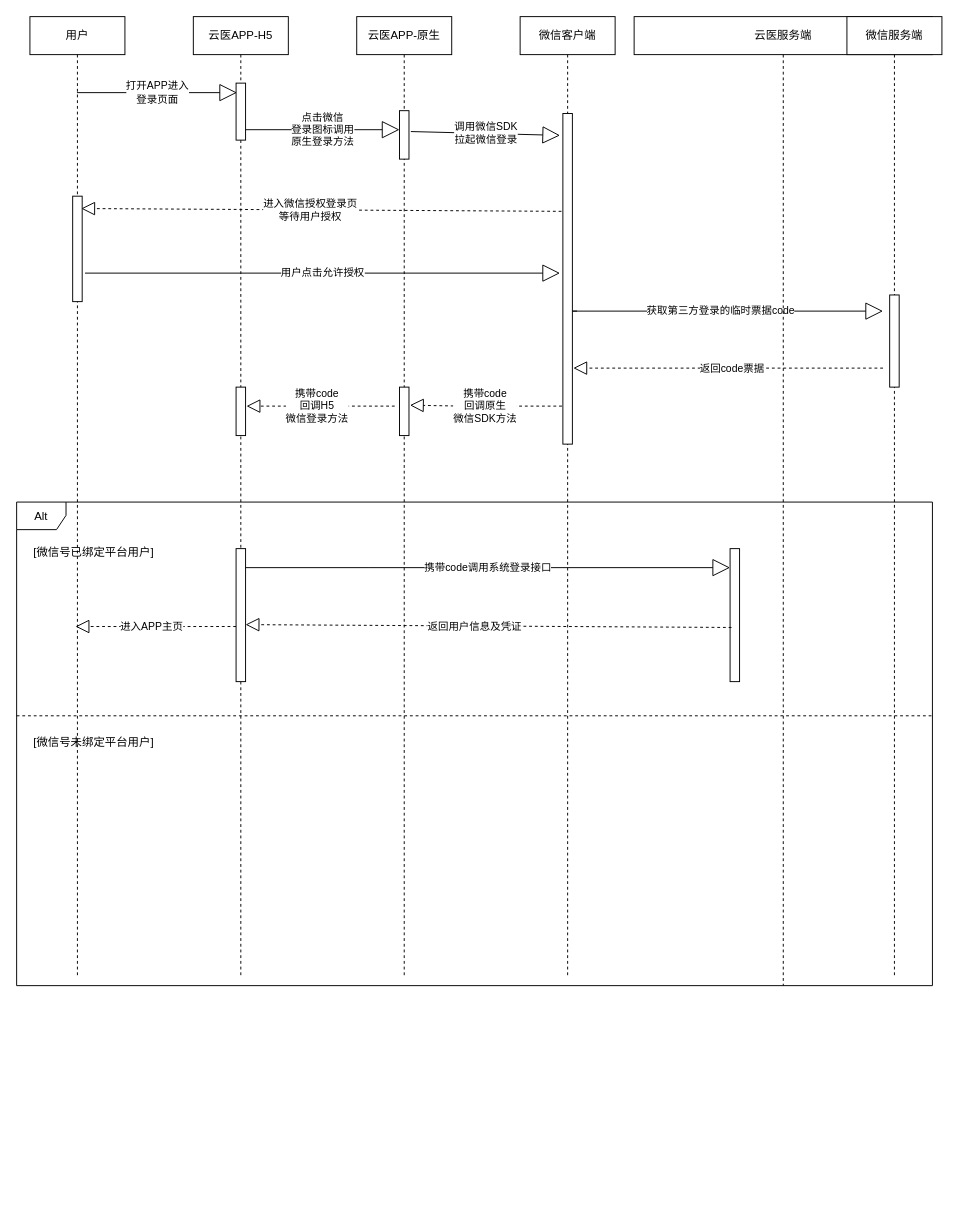
The draw.io diagram skin/微信登录流程.drawio in CHENYGITHUB/funny, before the edit. Source tidied: cells renumbered, new cells numbered last; positions are measured from the earlier drawing's top-left corner, leaving out a move shared by most shapes. Both pictures are drawn from the tidied source at 95%, with x=0, y=0 at pixel (16, 16).
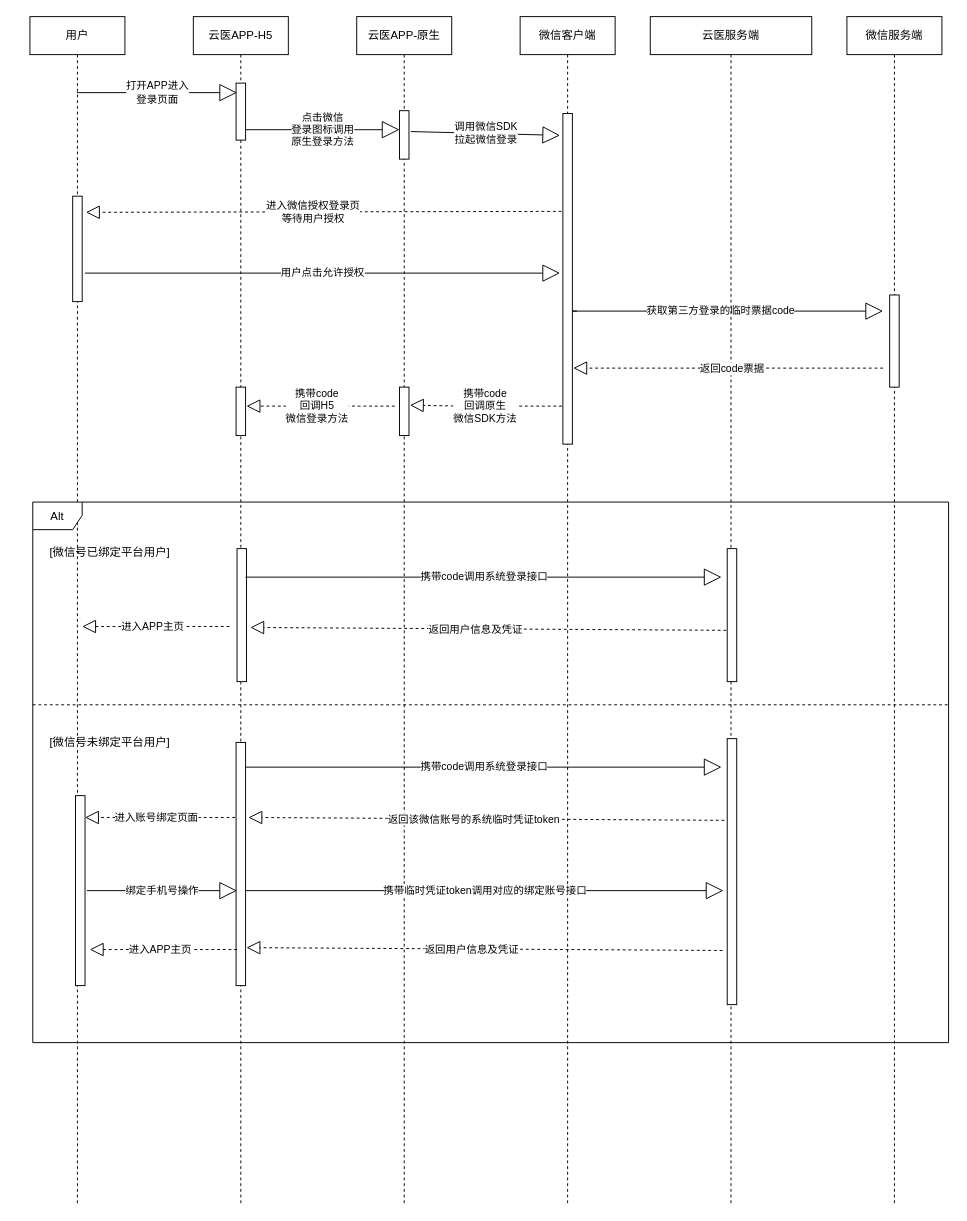
After the change.

Commit message:
更新微信登录流程.drawio

Unchanged cells that the change refers to:
```xml
<mxCell id="33" style="html=1;points=[];perimeter=orthogonalPerimeter;" parent="1" vertex="1">
  <mxGeometry x="59" y="189" width="10" height="111" as="geometry" />
</mxCell>
```

Change to the diagram source:
```diff
@@
-<mxGraphModel>
+<mxGraphModel background="#ffffff">
@@
     <mxCell id="2" value="云医APP-H5" style="shape=umlLifeline;perimeter=lifelinePerimeter;whiteSpace=wrap;html=1;" parent="1" vertex="1">
-      <mxGeometry x="186" width="100" height="1010" as="geometry" />
+      <mxGeometry x="186" width="100" height="1250" as="geometry" />
     </mxCell>
@@
     <mxCell id="5" value="云医APP-原生" style="shape=umlLifeline;perimeter=lifelinePerimeter;whiteSpace=wrap;html=1;" parent="1" vertex="1">
-      <mxGeometry x="358" width="100" height="1010" as="geometry" />
+      <mxGeometry x="358" width="100" height="1250" as="geometry" />
     </mxCell>
@@
     <mxCell id="9" value="用户" style="shape=umlLifeline;perimeter=lifelinePerimeter;whiteSpace=wrap;html=1;outlineConnect=0;" parent="1" vertex="1">
-      <mxGeometry x="14" width="100" height="1010" as="geometry" />
+      <mxGeometry x="14" width="100" height="1250" as="geometry" />
     </mxCell>
     <mxCell id="10" value="微信客户端" style="shape=umlLifeline;perimeter=lifelinePerimeter;whiteSpace=wrap;html=1;" parent="1" vertex="1">
-      <mxGeometry x="530" width="100" height="1010" as="geometry" />
+      <mxGeometry x="530" width="100" height="1250" as="geometry" />
     </mxCell>
@@
     <mxCell id="14" value="云医服务端" style="shape=umlLifeline;perimeter=lifelinePerimeter;whiteSpace=wrap;html=1;" parent="1" vertex="1">
-      <mxGeometry x="650" width="314" height="1020" as="geometry" />
+      <mxGeometry x="667" width="170" height="1250" as="geometry" />
     </mxCell>
     <mxCell id="15" value="Alt" style="shape=umlFrame;whiteSpace=wrap;html=1;width=52;height=29;" parent="14" vertex="1">
-      <mxGeometry x="-650" y="511" width="964" height="509" as="geometry" />
+      <mxGeometry x="-650" y="511" width="964" height="569" as="geometry" />
     </mxCell>
     <mxCell id="16" style="html=1;perimeter=orthogonalPerimeter;" parent="14" vertex="1">
-      <mxGeometry x="-419" y="560" width="10" height="140" as="geometry" />
+      <mxGeometry x="-435" y="560" width="10" height="140" as="geometry" />
     </mxCell>
@@
     <mxCell id="18" style="html=1;points=[];perimeter=orthogonalPerimeter;" parent="14" vertex="1">
-      <mxGeometry x="101" y="560" width="10" height="140" as="geometry" />
+      <mxGeometry x="81" y="560" width="10" height="140" as="geometry" />
     </mxCell>
-    <mxCell id="19" style="endArrow=block;dashed=1;endFill=0;endSize=12;html=1;rounded=0;entryX=0.54;entryY=0.2;entryDx=0;entryDy=0;entryPerimeter=0;" parent="14" edge="1">
+    <mxCell id="19" style="endArrow=block;dashed=1;endFill=0;endSize=12;html=1;rounded=0;exitX=-0.4;exitY=0.614;exitDx=0;exitDy=0;exitPerimeter=0;" parent="14" edge="1">
       <mxGeometry relative="1" as="geometry">
-        <mxPoint x="102.5" y="643" as="sourcePoint" />
-        <mxPoint x="-409" y="640" as="targetPoint" />
+        <mxPoint x="80" y="646" as="sourcePoint" />
+        <mxPoint x="-421" y="643" as="targetPoint" />
       </mxGeometry>
     </mxCell>
@@
     <mxCell id="21" style="endArrow=block;dashed=1;endFill=0;endSize=12;html=1;rounded=0;" parent="14" edge="1">
       <mxGeometry relative="1" as="geometry">
-        <mxPoint x="-419" y="642" as="sourcePoint" />
-        <mxPoint x="-588" y="642" as="targetPoint" />
+        <mxPoint x="-443" y="642" as="sourcePoint" />
+        <mxPoint x="-598" y="642" as="targetPoint" />
         <Array as="points">
-          <mxPoint x="-528.5" y="642" />
+          <mxPoint x="-538.5" y="642" />
         </Array>
       </mxGeometry>
     </mxCell>
@@
-    <mxCell id="23" style="endArrow=none;dashed=1;html=1;rounded=0;entryX=1.001;entryY=0.442;entryDx=0;entryDy=0;entryPerimeter=0;exitX=0;exitY=0.442;exitDx=0;exitDy=0;exitPerimeter=0;" parent="14" edge="1" source="15" target="15">
-      <mxGeometry relative="1" as="geometry" />
+    <mxCell id="23" style="endArrow=none;dashed=1;html=1;rounded=0;entryX=1.001;entryY=0.442;entryDx=0;entryDy=0;entryPerimeter=0;exitX=0;exitY=0.442;exitDx=0;exitDy=0;exitPerimeter=0;" parent="14" edge="1">
+      <mxGeometry relative="1" as="geometry">
+        <mxPoint x="-650" y="724.4" as="sourcePoint" />
+        <mxPoint x="315" y="724.4" as="targetPoint" />
+      </mxGeometry>
     </mxCell>
@@
+    <mxCell id="39" style="html=1;perimeter=orthogonalPerimeter;" parent="14" vertex="1">
+      <mxGeometry x="-605" y="820" width="10" height="200" as="geometry" />
+    </mxCell>
+    <mxCell id="40" value="绑定手机号操作" style="endArrow=block;endSize=16;endFill=0;html=1;rounded=0;" parent="14" edge="1">
+      <mxGeometry relative="1" as="geometry">
+        <mxPoint x="-593" y="920" as="sourcePoint" />
+        <mxPoint x="-435" y="920" as="targetPoint" />
+      </mxGeometry>
+    </mxCell>
+    <mxCell id="41" value="携带临时凭证token调用对应的绑定账号接口" style="endArrow=block;endSize=16;endFill=0;html=1;rounded=0;" parent="14" edge="1">
+      <mxGeometry relative="1" as="geometry">
+        <mxPoint x="-426" y="920" as="sourcePoint" />
+        <mxPoint x="77" y="920" as="targetPoint" />
+        <Array as="points">
+          <mxPoint x="-296" y="920" />
+        </Array>
+      </mxGeometry>
+    </mxCell>
+    <mxCell id="42" style="endArrow=block;dashed=1;endFill=0;endSize=12;html=1;rounded=0;exitX=-0.4;exitY=0.614;exitDx=0;exitDy=0;exitPerimeter=0;" parent="14" edge="1">
+      <mxGeometry relative="1" as="geometry">
+        <mxPoint x="76" y="983" as="sourcePoint" />
+        <mxPoint x="-425" y="980" as="targetPoint" />
+      </mxGeometry>
+    </mxCell>
+    <mxCell id="43" value="返回用户信息及凭证" style="edgeLabel;html=1;align=center;verticalAlign=middle;" parent="42" vertex="1">
+      <mxGeometry x="0.2" relative="1" as="geometry">
+        <mxPoint x="36" as="offset" />
+      </mxGeometry>
+    </mxCell>
     <mxCell id="25" value="微信服务端" style="shape=umlLifeline;perimeter=lifelinePerimeter;whiteSpace=wrap;html=1;" parent="1" vertex="1">
-      <mxGeometry x="874" width="100" height="1010" as="geometry" />
+      <mxGeometry x="874" width="100" height="1250" as="geometry" />
     </mxCell>
@@
-    <mxCell id="27" style="endArrow=block;dashed=1;endFill=0;endSize=12;html=1;rounded=0;entryX=0.54;entryY=0.2;entryDx=0;entryDy=0;entryPerimeter=0;" parent="1" edge="1" target="9">
+    <mxCell id="27" style="endArrow=block;dashed=1;endFill=0;endSize=12;html=1;rounded=0;entryX=1.4;entryY=0.153;entryDx=0;entryDy=0;entryPerimeter=0;" parent="1" edge="1" target="33">
       <mxGeometry relative="1" as="geometry">
         <mxPoint x="579.5" y="205" as="sourcePoint" />
       </mxGeometry>
     </mxCell>
@@
-    <mxCell id="38" value="携带code调用系统登录接口" style="endArrow=block;endSize=16;endFill=0;html=1;rounded=0;" parent="1" edge="1" target="18">
+    <mxCell id="38" value="携带code调用系统登录接口" style="endArrow=block;endSize=16;endFill=0;html=1;rounded=0;" parent="1" edge="1">
       <mxGeometry relative="1" as="geometry">
-        <mxPoint x="241" y="580" as="sourcePoint" />
+        <mxPoint x="241" y="590" as="sourcePoint" />
+        <mxPoint x="742" y="590" as="targetPoint" />
         <Array as="points">
-          <mxPoint x="371" y="580" />
+          <mxPoint x="371" y="590" />
         </Array>
       </mxGeometry>
     </mxCell>
+    <mxCell id="44" style="html=1;perimeter=orthogonalPerimeter;" parent="1" vertex="1">
+      <mxGeometry x="231" y="764" width="10" height="256" as="geometry" />
+    </mxCell>
+    <mxCell id="45" value="携带code调用系统登录接口" style="endArrow=block;endSize=16;endFill=0;html=1;rounded=0;" parent="1" edge="1">
+      <mxGeometry relative="1" as="geometry">
+        <mxPoint x="241" y="790" as="sourcePoint" />
+        <mxPoint x="742" y="790" as="targetPoint" />
+        <Array as="points">
+          <mxPoint x="371" y="790" />
+        </Array>
+      </mxGeometry>
+    </mxCell>
+    <mxCell id="46" style="html=1;perimeter=orthogonalPerimeter;" parent="1" vertex="1">
+      <mxGeometry x="748" y="760" width="10" height="280" as="geometry" />
+    </mxCell>
+    <mxCell id="47" style="endArrow=block;dashed=1;endFill=0;endSize=12;html=1;rounded=0;exitX=-0.4;exitY=0.614;exitDx=0;exitDy=0;exitPerimeter=0;" parent="1" edge="1">
+      <mxGeometry relative="1" as="geometry">
+        <mxPoint x="745" y="846" as="sourcePoint" />
+        <mxPoint x="244" y="843" as="targetPoint" />
+      </mxGeometry>
+    </mxCell>
+    <mxCell id="48" value="返回该微信账号的系统临时凭证token" style="edgeLabel;html=1;align=center;verticalAlign=middle;" parent="47" vertex="1">
+      <mxGeometry x="0.2" relative="1" as="geometry">
+        <mxPoint x="36" as="offset" />
+      </mxGeometry>
+    </mxCell>
+    <mxCell id="49" style="endArrow=block;dashed=1;endFill=0;endSize=12;html=1;rounded=0;" parent="1" edge="1">
+      <mxGeometry relative="1" as="geometry">
+        <mxPoint x="230" y="843" as="sourcePoint" />
+        <mxPoint x="72" y="843" as="targetPoint" />
+        <Array as="points">
+          <mxPoint x="134.5" y="843" />
+        </Array>
+      </mxGeometry>
+    </mxCell>
+    <mxCell id="50" value="进入账号绑定页面" style="edgeLabel;html=1;align=center;verticalAlign=middle;" parent="49" vertex="1">
+      <mxGeometry x="0.06" y="-1" relative="1" as="geometry" />
+    </mxCell>
+    <mxCell id="51" style="endArrow=block;dashed=1;endFill=0;endSize=12;html=1;rounded=0;" parent="1" edge="1">
+      <mxGeometry relative="1" as="geometry">
+        <mxPoint x="232" y="982" as="sourcePoint" />
+        <mxPoint x="77" y="982" as="targetPoint" />
+        <Array as="points">
+          <mxPoint x="136.5" y="982" />
+        </Array>
+      </mxGeometry>
+    </mxCell>
+    <mxCell id="52" value="进入APP主页" style="edgeLabel;html=1;align=center;verticalAlign=middle;" parent="51" vertex="1">
+      <mxGeometry x="0.06" y="-1" relative="1" as="geometry" />
+    </mxCell>
```
